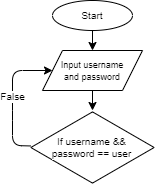
Earlier version of the draw.io export flowchart.drawio.png (tafanianatalia/tafania-flight-booking-app). Source tidied: cells renumbered, new cells last; positions are measured from the earlier drawing's top-left corner, leaving out a move shared by most shapes.
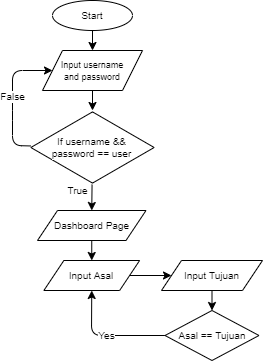
Above is the later version.

Commit message:
feet : add else condition that returns an invalid rute

Change to the diagram source:
```diff
@@ -14,6 +14,9 @@
     <mxCell id="5" value="&lt;font style=&quot;font-size: 9px&quot;&gt;Input username&lt;br&gt;and password&lt;/font&gt;" style="shape=parallelogram;perimeter=parallelogramPerimeter;whiteSpace=wrap;html=1;fixedSize=1;fontSize=10;labelBackgroundColor=default;" parent="1" vertex="1">
       <mxGeometry x="30" y="50" width="100" height="40" as="geometry" />
     </mxCell>
+    <mxCell id="8" value="True" style="edgeStyle=none;html=1;entryX=0.5;entryY=0;entryDx=0;entryDy=0;fontSize=10;labelBackgroundColor=#FFFFFF;strokeColor=#000000;fontColor=#000000;" parent="1" edge="1" source="7" target="10">
+      <mxGeometry x="-0.53" y="-14" relative="1" as="geometry" />
+    </mxCell>
     <mxCell id="6" value="False" style="edgeStyle=none;html=1;entryX=0;entryY=0.5;entryDx=0;entryDy=0;fontSize=10;labelBackgroundColor=#FFFFFF;strokeColor=#000000;fontColor=#000000;" parent="1" edge="1" source="7" target="5">
       <mxGeometry relative="1" as="geometry">
         <Array as="points">
@@ -26,5 +29,33 @@
     <mxCell id="7" value="If username &amp;amp;&amp;amp;&lt;br&gt;password == user" style="html=1;whiteSpace=wrap;shape=isoRectangle;fontSize=10;labelBackgroundColor=default;" parent="1" vertex="1">
       <mxGeometry x="18.3" y="110" width="123.3" height="74" as="geometry" />
     </mxCell>
+    <mxCell id="9" style="edgeStyle=none;html=1;exitX=0.5;exitY=1;exitDx=0;exitDy=0;fontSize=10;labelBackgroundColor=default;strokeColor=#000000;" parent="1" edge="1" source="10" target="12">
+      <mxGeometry relative="1" as="geometry" />
+    </mxCell>
+    <mxCell id="10" value="Dashboard Page" style="shape=parallelogram;perimeter=parallelogramPerimeter;whiteSpace=wrap;html=1;fixedSize=1;fontSize=10;labelBackgroundColor=default;" parent="1" vertex="1">
+      <mxGeometry x="25" y="210" width="108.5" height="30" as="geometry" />
+    </mxCell>
+    <mxCell id="11" style="edgeStyle=none;html=1;exitX=1;exitY=0.5;exitDx=0;exitDy=0;entryX=0;entryY=0.5;entryDx=0;entryDy=0;fontSize=10;labelBackgroundColor=default;strokeColor=#000000;" parent="1" edge="1" source="12" target="14">
+      <mxGeometry relative="1" as="geometry" />
+    </mxCell>
+    <mxCell id="12" value="&lt;span style=&quot;font-weight: normal&quot;&gt;Input Asal&lt;/span&gt;" style="shape=parallelogram;perimeter=parallelogramPerimeter;whiteSpace=wrap;html=1;fixedSize=1;fontSize=10;fontStyle=1;labelBackgroundColor=default;" parent="1" vertex="1">
+      <mxGeometry x="31.4" y="260" width="95.8" height="30" as="geometry" />
+    </mxCell>
+    <mxCell id="13" style="edgeStyle=none;html=1;exitX=0.5;exitY=1;exitDx=0;exitDy=0;entryX=0.5;entryY=0;entryDx=0;entryDy=0;fontSize=5;labelBackgroundColor=default;strokeColor=#000000;" parent="1" edge="1" source="14" target="16">
+      <mxGeometry relative="1" as="geometry" />
+    </mxCell>
+    <mxCell id="14" value="Input Tujuan" style="shape=parallelogram;perimeter=parallelogramPerimeter;whiteSpace=wrap;html=1;fixedSize=1;fontSize=10;labelBackgroundColor=default;" parent="1" vertex="1">
+      <mxGeometry x="149" y="260" width="101" height="30" as="geometry" />
+    </mxCell>
+    <mxCell id="15" value="Yes" style="edgeStyle=none;html=1;exitX=0;exitY=0.5;exitDx=0;exitDy=0;entryX=0.5;entryY=1;entryDx=0;entryDy=0;fontSize=10;labelBackgroundColor=#FFFFFF;strokeColor=#000000;fontColor=#000000;" parent="1" edge="1" source="16" target="12">
+      <mxGeometry relative="1" as="geometry">
+        <Array as="points">
+          <mxPoint x="79" y="335" />
+        </Array>
+      </mxGeometry>
+    </mxCell>
+    <mxCell id="16" value="Asal == Tujuan" style="rhombus;whiteSpace=wrap;html=1;fontSize=10;labelBackgroundColor=default;" parent="1" vertex="1">
+      <mxGeometry x="152.5" y="310" width="94" height="50" as="geometry" />
+    </mxCell>
   </root>
 </mxGraphModel>
```
